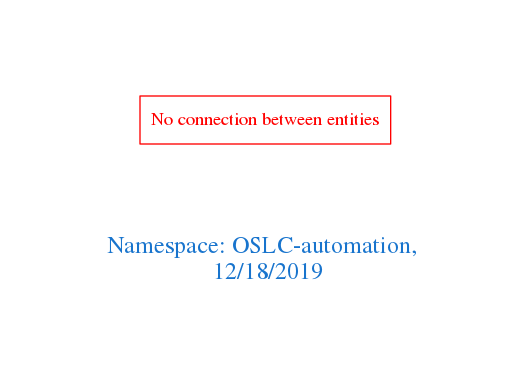
Earlier version of the Graphviz export downloads/OSLC-automation.png (arago/OGIT). Its source is kept beside it as downloads/OSLC-automation.dot.
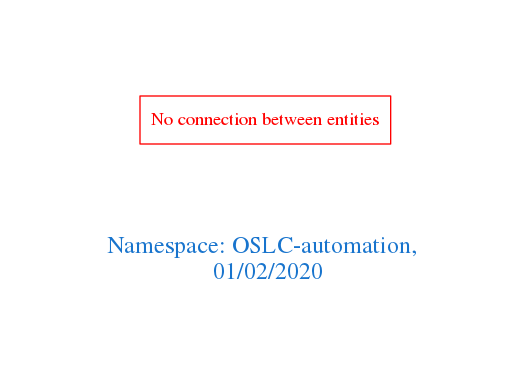
The same file after the commit.

What changed in the source:
```diff
@@ -1,7 +1,7 @@
 digraph OGIT_ontology {
  graph [ rankdir= LR,pad=1
 fontsize = 18,
-fontcolor= dodgerblue3,label = "\n\n\nNamespace: OSLC-automation, \n 12/18/2019"];
+fontcolor= dodgerblue3,label = "\n\n\nNamespace: OSLC-automation, \n 01/02/2020"];
 node[shape=polygon];
 edge [  color="gray81"];
 
```
